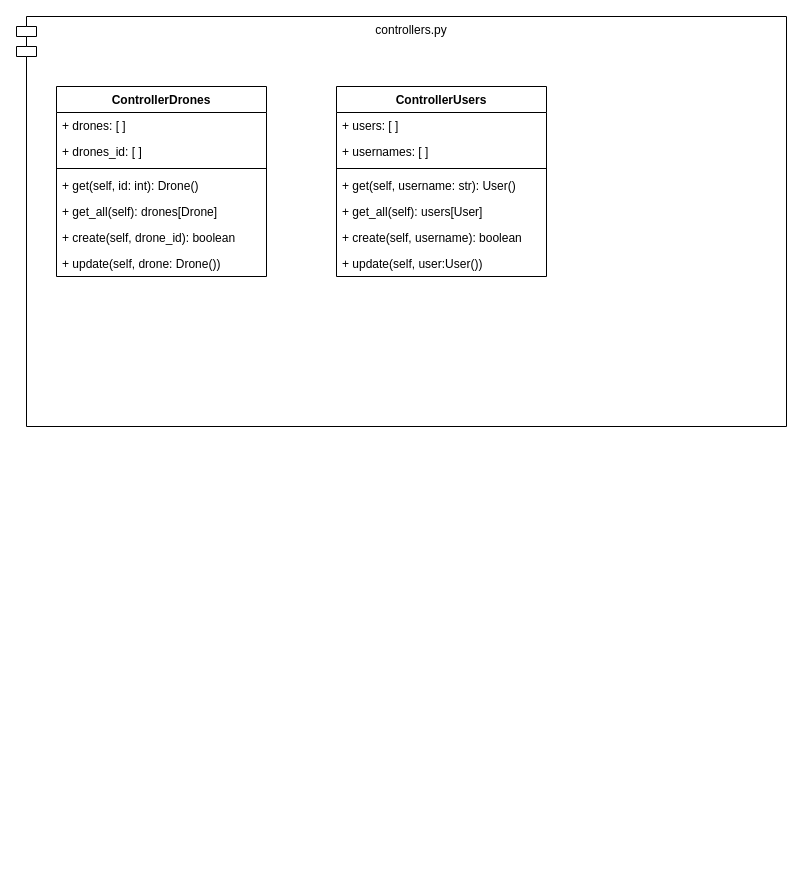
Before: page "controllers" (1 of 2) of api_geocode.drawio in giova-fonseca/giova-fonseca, a draw.io diagram. Source tidied: cells renumbered, new cells numbered last; positions are measured from the earlier drawing's top-left corner, leaving out a move shared by most shapes. Both pictures are drawn from the tidied source at 100%, with x=0, y=0 at pixel (16, 16).
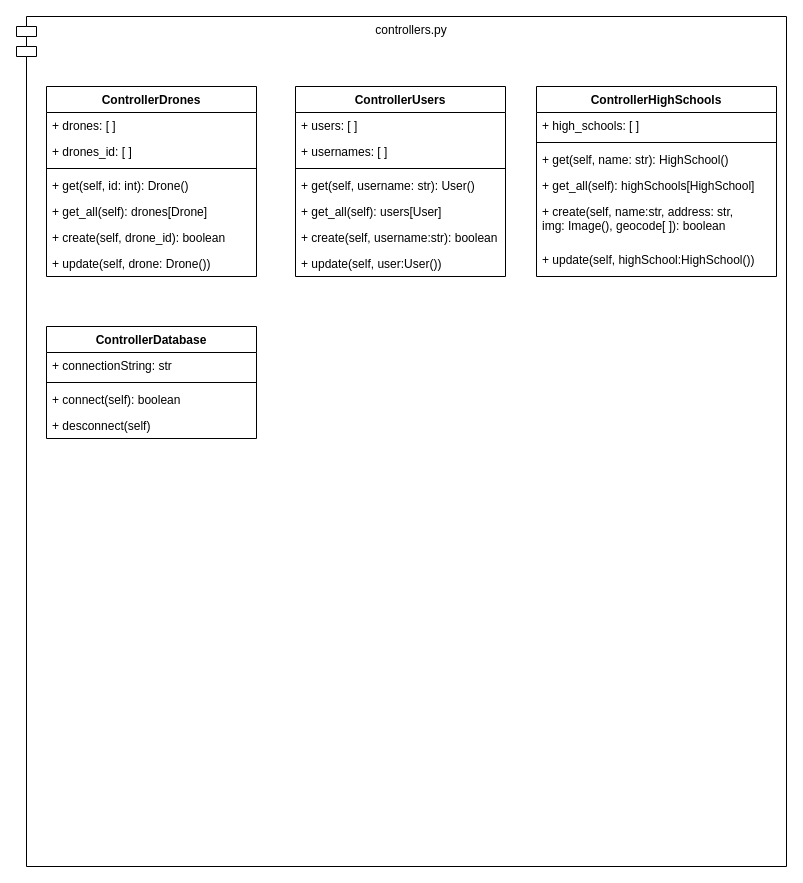
After the change.

What changed in the source:
```diff
@@
     <mxCell id="2" value="controllers.py" style="shape=module;align=left;spacingLeft=20;align=center;verticalAlign=top;" parent="1" vertex="1">
-      <mxGeometry width="770" height="410" as="geometry" />
+      <mxGeometry width="770" height="850" as="geometry" />
     </mxCell>
     <mxCell id="3" value="ControllerDrones" style="swimlane;fontStyle=1;align=center;verticalAlign=top;horizontal=1;startSize=26;" parent="1" vertex="1">
-      <mxGeometry x="40" y="70" width="210" height="190" as="geometry" />
+      <mxGeometry x="30" y="70" width="210" height="190" as="geometry" />
     </mxCell>
@@
     <mxCell id="11" value="ControllerUsers" style="swimlane;fontStyle=1;align=center;verticalAlign=top;horizontal=1;startSize=26;" parent="1" vertex="1">
-      <mxGeometry x="320" y="70" width="210" height="190" as="geometry" />
+      <mxGeometry x="279" y="70" width="210" height="190" as="geometry" />
     </mxCell>
@@
-    <mxCell id="17" value="+ create(self, username): boolean" style="text;strokeColor=none;fillColor=none;align=left;verticalAlign=top;spacingLeft=4;spacingRight=4;overflow=hidden;" parent="11" vertex="1">
+    <mxCell id="17" value="+ create(self, username:str): boolean" style="text;strokeColor=none;fillColor=none;align=left;verticalAlign=top;spacingLeft=4;spacingRight=4;overflow=hidden;" parent="11" vertex="1">
       <mxGeometry y="138" width="210" height="26" as="geometry" />
     </mxCell>
@@
+    <mxCell id="19" value="ControllerHighSchools" style="swimlane;fontStyle=1;align=center;verticalAlign=top;horizontal=1;startSize=26;" parent="1" vertex="1">
+      <mxGeometry x="520" y="70" width="240" height="190" as="geometry" />
+    </mxCell>
+    <mxCell id="20" value="+ high_schools: [ ]" style="text;strokeColor=none;fillColor=none;align=left;verticalAlign=top;spacingLeft=4;spacingRight=4;overflow=hidden;" parent="19" vertex="1">
+      <mxGeometry y="26" width="240" height="26" as="geometry" />
+    </mxCell>
+    <mxCell id="21" style="line;strokeWidth=1;fillColor=none;align=left;verticalAlign=middle;spacingTop=-1;spacingLeft=3;spacingRight=3;labelPosition=right;" parent="19" vertex="1">
+      <mxGeometry y="52" width="240" height="8" as="geometry" />
+    </mxCell>
+    <mxCell id="22" value="+ get(self, name: str): HighSchool()" style="text;strokeColor=none;fillColor=none;align=left;verticalAlign=top;spacingLeft=4;spacingRight=4;overflow=hidden;" parent="19" vertex="1">
+      <mxGeometry y="60" width="240" height="26" as="geometry" />
+    </mxCell>
+    <mxCell id="23" value="+ get_all(self): highSchools[HighSchool]" style="text;strokeColor=none;fillColor=none;align=left;verticalAlign=top;spacingLeft=4;spacingRight=4;overflow=hidden;" parent="19" vertex="1">
+      <mxGeometry y="86" width="240" height="26" as="geometry" />
+    </mxCell>
+    <mxCell id="24" value="+ create(self, name:str, address: str, &#10;img: Image(), geocode[ ]): boolean" style="text;strokeColor=none;fillColor=none;align=left;verticalAlign=top;spacingLeft=4;spacingRight=4;overflow=hidden;" parent="19" vertex="1">
+      <mxGeometry y="112" width="240" height="48" as="geometry" />
+    </mxCell>
+    <mxCell id="25" value="+ update(self, highSchool:HighSchool())" style="text;strokeColor=none;fillColor=none;align=left;verticalAlign=top;spacingLeft=4;spacingRight=4;overflow=hidden;" parent="19" vertex="1">
+      <mxGeometry y="160" width="240" height="30" as="geometry" />
+    </mxCell>
+    <mxCell id="26" value="ControllerDatabase" style="swimlane;fontStyle=1;align=center;verticalAlign=top;horizontal=1;startSize=26;" parent="1" vertex="1">
+      <mxGeometry x="30" y="310" width="210" height="112" as="geometry" />
+    </mxCell>
+    <mxCell id="27" value="+ connectionString: str" style="text;strokeColor=none;fillColor=none;align=left;verticalAlign=top;spacingLeft=4;spacingRight=4;overflow=hidden;" parent="26" vertex="1">
+      <mxGeometry y="26" width="210" height="26" as="geometry" />
+    </mxCell>
+    <mxCell id="28" style="line;strokeWidth=1;fillColor=none;align=left;verticalAlign=middle;spacingTop=-1;spacingLeft=3;spacingRight=3;labelPosition=right;" parent="26" vertex="1">
+      <mxGeometry y="52" width="210" height="8" as="geometry" />
+    </mxCell>
+    <mxCell id="29" value="+ connect(self): boolean" style="text;strokeColor=none;fillColor=none;align=left;verticalAlign=top;spacingLeft=4;spacingRight=4;overflow=hidden;" parent="26" vertex="1">
+      <mxGeometry y="60" width="210" height="26" as="geometry" />
+    </mxCell>
+    <mxCell id="30" value="+ desconnect(self)" style="text;strokeColor=none;fillColor=none;align=left;verticalAlign=top;spacingLeft=4;spacingRight=4;overflow=hidden;" parent="26" vertex="1">
+      <mxGeometry y="86" width="210" height="26" as="geometry" />
+    </mxCell>
```
